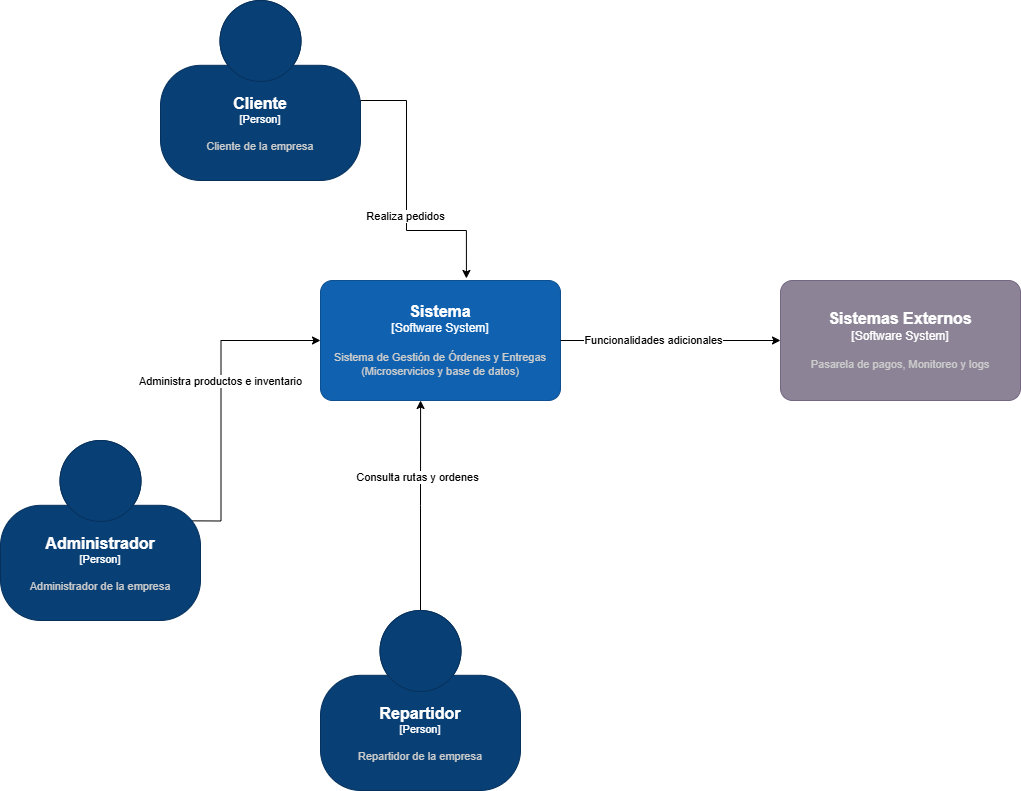
This is diagrams/Diagrama_Contexto.png from Danyel3096/DS3-Historias-Calidad, a draw.io export, as it was before one commit. Source tidied: cells renumbered, new cells last; positions are measured from the earlier drawing's top-left corner, leaving out a move shared by most shapes. Its diagram source:
```xml
<mxGraphModel>
  <root>
    <mxCell id="0" />
    <mxCell id="1" parent="0" />
    <mxCell id="2" style="edgeStyle=orthogonalEdgeStyle;rounded=0;jettySize=auto;html=1;entryX=0.417;entryY=1;entryDx=0;entryDy=0;entryPerimeter=0;" parent="1" edge="1" source="4" target="12">
      <mxGeometry relative="1" as="geometry" />
    </mxCell>
    <mxCell id="3" value="Consulta rutas y ordenes" style="edgeLabel;html=1;align=center;verticalAlign=middle;" parent="2" vertex="1">
      <mxGeometry x="0.27" y="4" relative="1" as="geometry" />
    </mxCell>
    <object id="4" label="&lt;font style=&quot;font-size: 16px&quot;&gt;&lt;b&gt;%c4Name%&lt;/b&gt;&lt;/font&gt;&lt;div&gt;[%c4Type%]&lt;/div&gt;&lt;br&gt;&lt;div&gt;&lt;font style=&quot;font-size: 11px&quot;&gt;&lt;font color=&quot;#cccccc&quot;&gt;%c4Description%&lt;/font&gt;&lt;/div&gt;" c4Description="Repartidor de la empresa" c4Name="Repartidor" c4Type="Person" placeholders="1">
      <mxCell style="html=1;fontSize=11;dashed=0;whiteSpace=wrap;fillColor=#083F75;strokeColor=#06315C;fontColor=#ffffff;shape=mxgraph.c4.person2;align=center;points=[[0.5,0,0],[1,0.5,0],[1,0.75,0],[0.75,1,0],[0.5,1,0],[0.25,1,0],[0,0.75,0],[0,0.5,0]];" parent="1" vertex="1">
        <mxGeometry x="320" y="610" width="200" height="180" as="geometry" />
      </mxCell>
    </object>
    <mxCell id="5" style="edgeStyle=orthogonalEdgeStyle;rounded=0;jettySize=auto;html=1;entryX=0;entryY=0.5;entryDx=0;entryDy=0;entryPerimeter=0;" parent="1" edge="1" target="12">
      <mxGeometry relative="1" as="geometry">
        <mxPoint x="120" y="520" as="sourcePoint" />
      </mxGeometry>
    </mxCell>
    <mxCell id="6" value="Administra productos e inventario" style="edgeLabel;html=1;align=center;verticalAlign=middle;" parent="5" vertex="1">
      <mxGeometry x="0.27" y="1" relative="1" as="geometry" />
    </mxCell>
    <object id="7" label="&lt;font style=&quot;font-size: 16px&quot;&gt;&lt;b&gt;%c4Name%&lt;/b&gt;&lt;/font&gt;&lt;div&gt;[%c4Type%]&lt;/div&gt;&lt;br&gt;&lt;div&gt;&lt;font style=&quot;font-size: 11px&quot;&gt;&lt;font color=&quot;#cccccc&quot;&gt;%c4Description%&lt;/font&gt;&lt;/div&gt;" c4Description="Administrador de la empresa" c4Name="Administrador" c4Type="Person" placeholders="1">
      <mxCell style="html=1;fontSize=11;dashed=0;whiteSpace=wrap;fillColor=#083F75;strokeColor=#06315C;fontColor=#ffffff;shape=mxgraph.c4.person2;align=center;" parent="1" vertex="1">
        <mxGeometry y="440" width="200" height="180" as="geometry" />
      </mxCell>
    </object>
    <mxCell id="8" style="edgeStyle=orthogonalEdgeStyle;rounded=0;jettySize=auto;html=1;entryX=0.608;entryY=-0.017;entryDx=0;entryDy=0;entryPerimeter=0;" parent="1" edge="1" target="12">
      <mxGeometry relative="1" as="geometry">
        <mxPoint x="360" y="110" as="sourcePoint" />
        <Array as="points">
          <mxPoint x="360" y="100" />
          <mxPoint x="406" y="100" />
          <mxPoint x="406" y="230" />
          <mxPoint x="466" y="230" />
        </Array>
      </mxGeometry>
    </mxCell>
    <mxCell id="9" value="Realiza pedidos" style="edgeLabel;html=1;align=center;verticalAlign=middle;" parent="8" vertex="1">
      <mxGeometry x="0.16" y="-2" relative="1" as="geometry" />
    </mxCell>
    <object id="10" label="&lt;font style=&quot;font-size: 16px&quot;&gt;&lt;b&gt;%c4Name%&lt;/b&gt;&lt;/font&gt;&lt;div&gt;[%c4Type%]&lt;/div&gt;&lt;br&gt;&lt;div&gt;&lt;font style=&quot;font-size: 11px&quot;&gt;&lt;font color=&quot;#cccccc&quot;&gt;%c4Description%&lt;/font&gt;&lt;/div&gt;" c4Description="Cliente de la empresa" c4Name="Cliente" c4Type="Person" placeholders="1">
      <mxCell style="html=1;fontSize=11;dashed=0;whiteSpace=wrap;fillColor=#083F75;strokeColor=#06315C;fontColor=#ffffff;shape=mxgraph.c4.person2;align=center;" parent="1" vertex="1">
        <mxGeometry x="160" width="200" height="180" as="geometry" />
      </mxCell>
    </object>
    <object id="11" label="&lt;font style=&quot;font-size: 16px&quot;&gt;&lt;b&gt;%c4Name%&lt;/b&gt;&lt;/font&gt;&lt;div&gt;[%c4Type%]&lt;/div&gt;&lt;br&gt;&lt;div&gt;&lt;font style=&quot;font-size: 11px&quot;&gt;&lt;font color=&quot;#cccccc&quot;&gt;%c4Description%&lt;/font&gt;&lt;/div&gt;" c4Description="Pasarela de pagos, Monitoreo y logs" c4Name="Sistemas Externos" c4Type="Software System" placeholders="1">
      <mxCell style="rounded=1;whiteSpace=wrap;html=1;labelBackgroundColor=none;fillColor=#8C8496;fontColor=#ffffff;align=center;arcSize=10;strokeColor=#736782;points=[[0.25,0,0],[0.5,0,0],[0.75,0,0],[1,0.25,0],[1,0.5,0],[1,0.75,0],[0.75,1,0],[0.5,1,0],[0.25,1,0],[0,0.75,0],[0,0.5,0],[0,0.25,0]];" parent="1" vertex="1">
        <mxGeometry x="780" y="280" width="240" height="120" as="geometry" />
      </mxCell>
    </object>
    <object id="12" label="&lt;font style=&quot;font-size: 16px&quot;&gt;&lt;b&gt;%c4Name%&lt;/b&gt;&lt;/font&gt;&lt;div&gt;[%c4Type%]&lt;/div&gt;&lt;br&gt;&lt;div&gt;&lt;font style=&quot;font-size: 11px&quot;&gt;&lt;font color=&quot;#cccccc&quot;&gt;%c4Description%&lt;/font&gt;&lt;/div&gt;" c4Description=" Sistema de Gestión de Órdenes y Entregas (Microservicios y base de datos)" c4Name="Sistema" c4Type="Software System" placeholders="1">
      <mxCell style="rounded=1;whiteSpace=wrap;html=1;labelBackgroundColor=none;fillColor=#1061B0;fontColor=#ffffff;align=center;arcSize=10;strokeColor=#0D5091;points=[[0.25,0,0],[0.5,0,0],[0.75,0,0],[1,0.25,0],[1,0.5,0],[1,0.75,0],[0.75,1,0],[0.5,1,0],[0.25,1,0],[0,0.75,0],[0,0.5,0],[0,0.25,0]];" parent="1" vertex="1">
        <mxGeometry x="320" y="280" width="240" height="120" as="geometry" />
      </mxCell>
    </object>
    <mxCell id="13" style="edgeStyle=orthogonalEdgeStyle;rounded=0;jettySize=auto;html=1;exitX=1;exitY=0.5;exitDx=0;exitDy=0;exitPerimeter=0;entryX=0;entryY=0.5;entryDx=0;entryDy=0;entryPerimeter=0;" parent="1" edge="1" source="12" target="11">
      <mxGeometry relative="1" as="geometry" />
    </mxCell>
    <mxCell id="14" value="Funcionalidades adicionales" style="edgeLabel;html=1;align=center;verticalAlign=middle;" parent="13" vertex="1">
      <mxGeometry x="-0.16" y="1" relative="1" as="geometry" />
    </mxCell>
  </root>
</mxGraphModel>
```
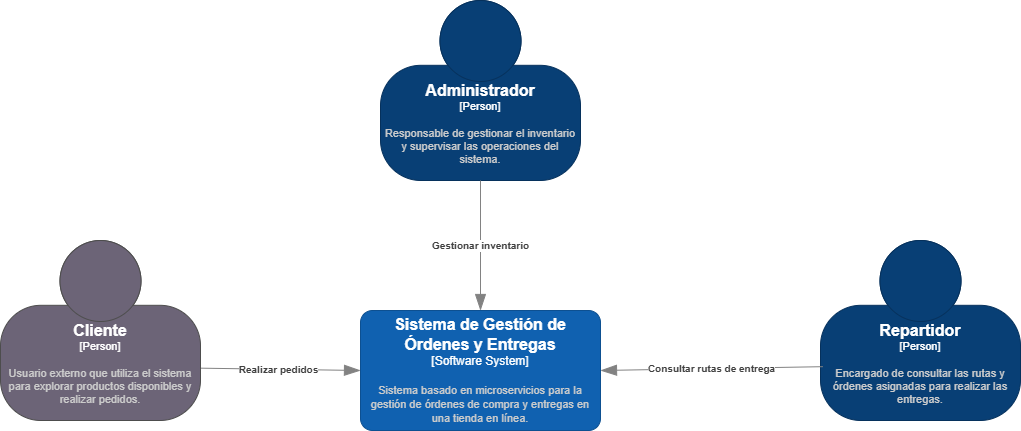
After the change.

Commit message:
Se agrego diagrama de base de datos

Diff of the diagram source:
```diff
@@ -2,64 +2,40 @@
   <root>
     <mxCell id="0" />
     <mxCell id="1" parent="0" />
-    <mxCell id="2" style="edgeStyle=orthogonalEdgeStyle;rounded=0;jettySize=auto;html=1;entryX=0.417;entryY=1;entryDx=0;entryDy=0;entryPerimeter=0;" parent="1" edge="1" source="4" target="12">
-      <mxGeometry relative="1" as="geometry" />
-    </mxCell>
-    <mxCell id="3" value="Consulta rutas y ordenes" style="edgeLabel;html=1;align=center;verticalAlign=middle;" parent="2" vertex="1">
-      <mxGeometry x="0.27" y="4" relative="1" as="geometry" />
-    </mxCell>
-    <object id="4" label="&lt;font style=&quot;font-size: 16px&quot;&gt;&lt;b&gt;%c4Name%&lt;/b&gt;&lt;/font&gt;&lt;div&gt;[%c4Type%]&lt;/div&gt;&lt;br&gt;&lt;div&gt;&lt;font style=&quot;font-size: 11px&quot;&gt;&lt;font color=&quot;#cccccc&quot;&gt;%c4Description%&lt;/font&gt;&lt;/div&gt;" c4Description="Repartidor de la empresa" c4Name="Repartidor" c4Type="Person" placeholders="1">
-      <mxCell style="html=1;fontSize=11;dashed=0;whiteSpace=wrap;fillColor=#083F75;strokeColor=#06315C;fontColor=#ffffff;shape=mxgraph.c4.person2;align=center;points=[[0.5,0,0],[1,0.5,0],[1,0.75,0],[0.75,1,0],[0.5,1,0],[0.25,1,0],[0,0.75,0],[0,0.5,0]];" parent="1" vertex="1">
-        <mxGeometry x="320" y="610" width="200" height="180" as="geometry" />
-      </mxCell>
-    </object>
-    <mxCell id="5" style="edgeStyle=orthogonalEdgeStyle;rounded=0;jettySize=auto;html=1;entryX=0;entryY=0.5;entryDx=0;entryDy=0;entryPerimeter=0;" parent="1" edge="1" target="12">
-      <mxGeometry relative="1" as="geometry">
-        <mxPoint x="120" y="520" as="sourcePoint" />
-      </mxGeometry>
-    </mxCell>
-    <mxCell id="6" value="Administra productos e inventario" style="edgeLabel;html=1;align=center;verticalAlign=middle;" parent="5" vertex="1">
-      <mxGeometry x="0.27" y="1" relative="1" as="geometry" />
-    </mxCell>
-    <object id="7" label="&lt;font style=&quot;font-size: 16px&quot;&gt;&lt;b&gt;%c4Name%&lt;/b&gt;&lt;/font&gt;&lt;div&gt;[%c4Type%]&lt;/div&gt;&lt;br&gt;&lt;div&gt;&lt;font style=&quot;font-size: 11px&quot;&gt;&lt;font color=&quot;#cccccc&quot;&gt;%c4Description%&lt;/font&gt;&lt;/div&gt;" c4Description="Administrador de la empresa" c4Name="Administrador" c4Type="Person" placeholders="1">
-      <mxCell style="html=1;fontSize=11;dashed=0;whiteSpace=wrap;fillColor=#083F75;strokeColor=#06315C;fontColor=#ffffff;shape=mxgraph.c4.person2;align=center;" parent="1" vertex="1">
-        <mxGeometry y="440" width="200" height="180" as="geometry" />
-      </mxCell>
-    </object>
-    <mxCell id="8" style="edgeStyle=orthogonalEdgeStyle;rounded=0;jettySize=auto;html=1;entryX=0.608;entryY=-0.017;entryDx=0;entryDy=0;entryPerimeter=0;" parent="1" edge="1" target="12">
-      <mxGeometry relative="1" as="geometry">
-        <mxPoint x="360" y="110" as="sourcePoint" />
-        <Array as="points">
-          <mxPoint x="360" y="100" />
-          <mxPoint x="406" y="100" />
-          <mxPoint x="406" y="230" />
-          <mxPoint x="466" y="230" />
-        </Array>
-      </mxGeometry>
-    </mxCell>
-    <mxCell id="9" value="Realiza pedidos" style="edgeLabel;html=1;align=center;verticalAlign=middle;" parent="8" vertex="1">
-      <mxGeometry x="0.16" y="-2" relative="1" as="geometry" />
-    </mxCell>
-    <object id="10" label="&lt;font style=&quot;font-size: 16px&quot;&gt;&lt;b&gt;%c4Name%&lt;/b&gt;&lt;/font&gt;&lt;div&gt;[%c4Type%]&lt;/div&gt;&lt;br&gt;&lt;div&gt;&lt;font style=&quot;font-size: 11px&quot;&gt;&lt;font color=&quot;#cccccc&quot;&gt;%c4Description%&lt;/font&gt;&lt;/div&gt;" c4Description="Cliente de la empresa" c4Name="Cliente" c4Type="Person" placeholders="1">
-      <mxCell style="html=1;fontSize=11;dashed=0;whiteSpace=wrap;fillColor=#083F75;strokeColor=#06315C;fontColor=#ffffff;shape=mxgraph.c4.person2;align=center;" parent="1" vertex="1">
-        <mxGeometry x="160" width="200" height="180" as="geometry" />
-      </mxCell>
-    </object>
-    <object id="11" label="&lt;font style=&quot;font-size: 16px&quot;&gt;&lt;b&gt;%c4Name%&lt;/b&gt;&lt;/font&gt;&lt;div&gt;[%c4Type%]&lt;/div&gt;&lt;br&gt;&lt;div&gt;&lt;font style=&quot;font-size: 11px&quot;&gt;&lt;font color=&quot;#cccccc&quot;&gt;%c4Description%&lt;/font&gt;&lt;/div&gt;" c4Description="Pasarela de pagos, Monitoreo y logs" c4Name="Sistemas Externos" c4Type="Software System" placeholders="1">
-      <mxCell style="rounded=1;whiteSpace=wrap;html=1;labelBackgroundColor=none;fillColor=#8C8496;fontColor=#ffffff;align=center;arcSize=10;strokeColor=#736782;points=[[0.25,0,0],[0.5,0,0],[0.75,0,0],[1,0.25,0],[1,0.5,0],[1,0.75,0],[0.75,1,0],[0.5,1,0],[0.25,1,0],[0,0.75,0],[0,0.5,0],[0,0.25,0]];" parent="1" vertex="1">
-        <mxGeometry x="780" y="280" width="240" height="120" as="geometry" />
-      </mxCell>
-    </object>
+    <object id="15" label="&lt;font style=&quot;font-size: 16px&quot;&gt;&lt;b&gt;%c4Name%&lt;/b&gt;&lt;/font&gt;&lt;div&gt;[%c4Type%]&lt;/div&gt;&lt;br&gt;&lt;div&gt;&lt;font style=&quot;font-size: 11px&quot;&gt;&lt;font color=&quot;#cccccc&quot;&gt;%c4Description%&lt;/font&gt;&lt;/div&gt;" c4Description="Responsable de gestionar el inventario y supervisar las operaciones del sistema." c4Name="Administrador" c4Type="Person" placeholders="1">
+      <mxCell style="html=1;fontSize=11;dashed=0;whiteSpace=wrap;fillColor=#083F75;strokeColor=#06315C;fontColor=#ffffff;shape=mxgraph.c4.person2;align=center;points=[[0.5,0,0],[1,0.5,0],[1,0.75,0],[0.75,1,0],[0.5,1,0],[0.25,1,0],[0,0.75,0],[0,0.5,0]];" parent="1" vertex="1">
+        <mxGeometry x="340" y="-30" width="200" height="180" as="geometry" />
+      </mxCell>
+    </object>
-    <object id="12" label="&lt;font style=&quot;font-size: 16px&quot;&gt;&lt;b&gt;%c4Name%&lt;/b&gt;&lt;/font&gt;&lt;div&gt;[%c4Type%]&lt;/div&gt;&lt;br&gt;&lt;div&gt;&lt;font style=&quot;font-size: 11px&quot;&gt;&lt;font color=&quot;#cccccc&quot;&gt;%c4Description%&lt;/font&gt;&lt;/div&gt;" c4Description=" Sistema de Gestión de Órdenes y Entregas (Microservicios y base de datos)" c4Name="Sistema" c4Type="Software System" placeholders="1">
+    <object id="12" label="&lt;font style=&quot;font-size: 16px&quot;&gt;&lt;b&gt;%c4Name%&lt;/b&gt;&lt;/font&gt;&lt;div&gt;[%c4Type%]&lt;/div&gt;&lt;br&gt;&lt;div&gt;&lt;font style=&quot;font-size: 11px&quot;&gt;&lt;font color=&quot;#cccccc&quot;&gt;%c4Description%&lt;/font&gt;&lt;/div&gt;" c4Description="Sistema basado en microservicios para la &#10;gestión de órdenes de compra y entregas en una tienda en línea." c4Name="Sistema de Gestión de Órdenes y Entregas" c4Type="Software System" placeholders="1">
       <mxCell style="rounded=1;whiteSpace=wrap;html=1;labelBackgroundColor=none;fillColor=#1061B0;fontColor=#ffffff;align=center;arcSize=10;strokeColor=#0D5091;points=[[0.25,0,0],[0.5,0,0],[0.75,0,0],[1,0.25,0],[1,0.5,0],[1,0.75,0],[0.75,1,0],[0.5,1,0],[0.25,1,0],[0,0.75,0],[0,0.5,0],[0,0.25,0]];" parent="1" vertex="1">
         <mxGeometry x="320" y="280" width="240" height="120" as="geometry" />
       </mxCell>
     </object>
-    <mxCell id="13" style="edgeStyle=orthogonalEdgeStyle;rounded=0;jettySize=auto;html=1;exitX=1;exitY=0.5;exitDx=0;exitDy=0;exitPerimeter=0;entryX=0;entryY=0.5;entryDx=0;entryDy=0;entryPerimeter=0;" parent="1" edge="1" source="12" target="11">
-      <mxGeometry relative="1" as="geometry" />
-    </mxCell>
-    <mxCell id="14" value="Funcionalidades adicionales" style="edgeLabel;html=1;align=center;verticalAlign=middle;" parent="13" vertex="1">
-      <mxGeometry x="-0.16" y="1" relative="1" as="geometry" />
-    </mxCell>
+    <object id="16" label="&lt;div style=&quot;text-align: left&quot;&gt;&lt;div style=&quot;text-align: center&quot;&gt;&lt;b&gt;%c4Description%&lt;/b&gt;&lt;/div&gt;" c4Description="Gestionar inventario" c4Type="Relationship" placeholders="1">
+      <mxCell style="endArrow=blockThin;html=1;fontSize=10;fontColor=#404040;strokeWidth=1;endFill=1;strokeColor=#828282;elbow=vertical;endSize=14;startSize=14;jumpStyle=arc;jumpSize=16;rounded=0;exitX=0.5;exitY=1;exitDx=0;exitDy=0;exitPerimeter=0;entryX=0.5;entryY=0;entryDx=0;entryDy=0;entryPerimeter=0;" parent="1" edge="1" source="15" target="12">
+        <mxGeometry relative="1" as="geometry" />
+      </mxCell>
+    </object>
+    <object id="17" label="&lt;font style=&quot;font-size: 16px&quot;&gt;&lt;b&gt;%c4Name%&lt;/b&gt;&lt;/font&gt;&lt;div&gt;[%c4Type%]&lt;/div&gt;&lt;br&gt;&lt;div&gt;&lt;font style=&quot;font-size: 11px&quot;&gt;&lt;font color=&quot;#cccccc&quot;&gt;%c4Description%&lt;/font&gt;&lt;/div&gt;" c4Description="Encargado de consultar las rutas y órdenes asignadas para realizar las entregas." c4Name="Repartidor" c4Type="Person" placeholders="1">
+      <mxCell style="html=1;fontSize=11;dashed=0;whiteSpace=wrap;fillColor=#083F75;strokeColor=#06315C;fontColor=#ffffff;shape=mxgraph.c4.person2;align=center;points=[[0.5,0,0],[1,0.5,0],[1,0.75,0],[0.75,1,0],[0.5,1,0],[0.25,1,0],[0,0.75,0],[0,0.5,0]];" parent="1" vertex="1">
+        <mxGeometry x="780" y="210" width="200" height="180" as="geometry" />
+      </mxCell>
+    </object>
+    <object id="18" label="&lt;div style=&quot;text-align: left&quot;&gt;&lt;div style=&quot;text-align: center&quot;&gt;&lt;b&gt;%c4Description%&lt;/b&gt;&lt;/div&gt;" c4Description="Realizar pedidos" c4Type="Relationship" placeholders="1">
+      <mxCell style="endArrow=blockThin;html=1;fontSize=10;fontColor=#404040;strokeWidth=1;endFill=1;strokeColor=#828282;elbow=vertical;endSize=14;startSize=14;jumpStyle=arc;jumpSize=16;rounded=0;exitX=0.984;exitY=0.709;exitDx=0;exitDy=0;exitPerimeter=0;entryX=0;entryY=0.5;entryDx=0;entryDy=0;entryPerimeter=0;" parent="1" edge="1" source="20" target="12">
+        <mxGeometry relative="1" as="geometry" />
+      </mxCell>
+    </object>
+    <object id="19" label="&lt;div style=&quot;text-align: left&quot;&gt;&lt;div style=&quot;text-align: center&quot;&gt;&lt;b&gt;%c4Description%&lt;/b&gt;&lt;/div&gt;" c4Description="Consultar rutas de entrega" c4Type="Relationship" placeholders="1">
+      <mxCell style="endArrow=blockThin;html=1;fontSize=10;fontColor=#404040;strokeWidth=1;endFill=1;strokeColor=#828282;elbow=vertical;endSize=14;startSize=14;jumpStyle=arc;jumpSize=16;rounded=0;entryX=1;entryY=0.5;entryDx=0;entryDy=0;entryPerimeter=0;exitX=0.012;exitY=0.701;exitDx=0;exitDy=0;exitPerimeter=0;" parent="1" edge="1" source="17" target="12">
+        <mxGeometry relative="1" as="geometry" />
+      </mxCell>
+    </object>
+    <object id="20" label="&lt;font style=&quot;font-size: 16px&quot;&gt;&lt;b&gt;%c4Name%&lt;/b&gt;&lt;/font&gt;&lt;div&gt;[%c4Type%]&lt;/div&gt;&lt;br&gt;&lt;div&gt;&lt;font style=&quot;font-size: 11px&quot;&gt;&lt;font color=&quot;#cccccc&quot;&gt;%c4Description%&lt;/font&gt;&lt;/div&gt;" c4Description="Usuario externo que utiliza el sistema para explorar productos disponibles y realizar pedidos." c4Name="Cliente" c4Type="Person" placeholders="1">
+      <mxCell style="html=1;fontSize=11;dashed=0;whiteSpace=wrap;fillColor=#6C6477;strokeColor=#4D4D4D;fontColor=#ffffff;shape=mxgraph.c4.person2;align=center;points=[[0.5,0,0],[1,0.5,0],[1,0.75,0],[0.75,1,0],[0.5,1,0],[0.25,1,0],[0,0.75,0],[0,0.5,0]];" parent="1" vertex="1">
+        <mxGeometry x="-40" y="210" width="200" height="180" as="geometry" />
+      </mxCell>
+    </object>
   </root>
 </mxGraphModel>
```
